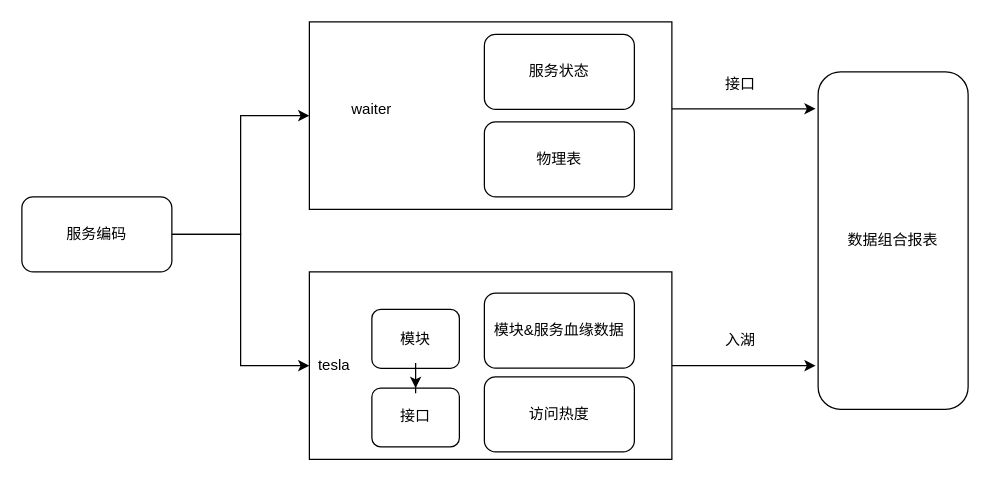
mineminemine123/work-wiki keeps this draw.io diagram as mt数据巡检.drawio. Above is the earlier version. Source tidied: cells renumbered, new cells numbered last; positions are measured from the earlier drawing's top-left corner, leaving out a move shared by most shapes. Both pictures are drawn from the tidied source at 125%, with x=0, y=0 at pixel (21, 21).
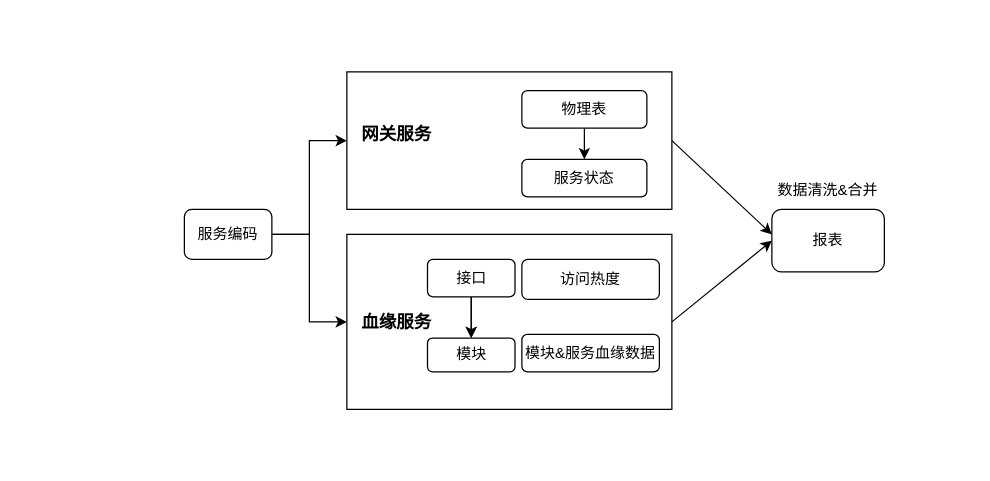
After the change.

Commit message (it also covers changes not shown here):
更新mt数据巡检.drawio

What changed in the source:
```diff
@@
-    <mxCell id="2" style="edgeStyle=orthogonalEdgeStyle;rounded=0;jettySize=auto;html=1;exitX=1;exitY=0.5;exitDx=0;exitDy=0;entryX=0;entryY=0.5;entryDx=0;entryDy=0;fontFamily=微软雅黑;" parent="1" edge="1" source="3">
-      <mxGeometry relative="1" as="geometry">
-        <mxPoint x="635" y="275" as="targetPoint" />
-      </mxGeometry>
-    </mxCell>
     <mxCell id="3" style="rounded=0;whiteSpace=wrap;html=1;fontFamily=微软雅黑;" parent="1" vertex="1">
-      <mxGeometry x="230" y="200" width="290" height="150" as="geometry" />
+      <mxGeometry x="260" y="170" width="260" height="140" as="geometry" />
     </mxCell>
     <mxCell id="4" value="模块&amp;amp;服务血缘数据" style="rounded=1;whiteSpace=wrap;html=1;fontFamily=微软雅黑;" parent="1" vertex="1">
-      <mxGeometry x="370" y="217" width="120" height="60" as="geometry" />
+      <mxGeometry x="400" y="250" width="110" height="30" as="geometry" />
     </mxCell>
-    <mxCell id="5" value="tesla" style="text;html=1;strokeColor=none;fillColor=none;align=center;verticalAlign=middle;whiteSpace=wrap;rounded=0;fontFamily=微软雅黑;" parent="1" vertex="1">
-      <mxGeometry x="230" y="265" width="40" height="20" as="geometry" />
+    <mxCell id="5" value="&lt;font style=&quot;font-size: 14px;&quot;&gt;&lt;b&gt;血缘服务&lt;/b&gt;&lt;/font&gt;" style="text;html=1;strokeColor=none;fillColor=none;align=center;verticalAlign=middle;whiteSpace=wrap;rounded=0;fontFamily=微软雅黑;" parent="1" vertex="1">
+      <mxGeometry x="270" y="230" width="60" height="20" as="geometry" />
     </mxCell>
@@
     <mxCell id="8" value="服务编码" style="rounded=1;whiteSpace=wrap;html=1;fontFamily=微软雅黑;" parent="1" vertex="1">
-      <mxGeometry y="140" width="120" height="60" as="geometry" />
+      <mxGeometry x="130" y="150" width="70" height="40" as="geometry" />
     </mxCell>
-    <mxCell id="9" value="入湖" style="text;html=1;strokeColor=none;fillColor=none;align=center;verticalAlign=middle;whiteSpace=wrap;rounded=0;fontFamily=微软雅黑;" parent="1" vertex="1">
-      <mxGeometry x="540" y="245" width="70" height="20" as="geometry" />
-    </mxCell>
     <mxCell id="10" style="rounded=0;whiteSpace=wrap;html=1;fontFamily=微软雅黑;" parent="1" vertex="1">
-      <mxGeometry x="230" width="290" height="150" as="geometry" />
+      <mxGeometry x="260" y="40" width="260" height="110" as="geometry" />
     </mxCell>
-    <mxCell id="11" value="waiter" style="text;html=1;strokeColor=none;fillColor=none;align=center;verticalAlign=middle;whiteSpace=wrap;rounded=0;fontFamily=微软雅黑;" parent="1" vertex="1">
-      <mxGeometry x="250" y="60" width="60" height="20" as="geometry" />
+    <mxCell id="11" value="&lt;b&gt;&lt;font style=&quot;font-size: 14px;&quot;&gt;网关服务&lt;/font&gt;&lt;/b&gt;" style="text;html=1;strokeColor=none;fillColor=none;align=center;verticalAlign=middle;whiteSpace=wrap;rounded=0;fontFamily=微软雅黑;" parent="1" vertex="1">
+      <mxGeometry x="270" y="80" width="60" height="20" as="geometry" />
     </mxCell>
     <mxCell id="12" value="服务状态" style="rounded=1;whiteSpace=wrap;html=1;fontFamily=微软雅黑;" parent="1" vertex="1">
-      <mxGeometry x="370" y="10" width="120" height="60" as="geometry" />
+      <mxGeometry x="400" y="110" width="100" height="30" as="geometry" />
     </mxCell>
-    <mxCell id="13" style="edgeStyle=orthogonalEdgeStyle;rounded=0;orthogonalLoop=1;jettySize=auto;html=1;exitX=1;exitY=0.5;exitDx=0;exitDy=0;entryX=0;entryY=0.5;entryDx=0;entryDy=0;fontFamily=微软雅黑;" parent="1" edge="1">
-      <mxGeometry relative="1" as="geometry">
-        <mxPoint x="520" y="69.5" as="sourcePoint" />
-        <mxPoint x="635" y="69.5" as="targetPoint" />
-      </mxGeometry>
-    </mxCell>
-    <mxCell id="14" value="接口" style="text;html=1;strokeColor=none;fillColor=none;align=center;verticalAlign=middle;whiteSpace=wrap;rounded=0;fontFamily=微软雅黑;" parent="1" vertex="1">
-      <mxGeometry x="540" y="40" width="70" height="20" as="geometry" />
-    </mxCell>
-    <mxCell id="15" value="数据组合报表" style="rounded=1;whiteSpace=wrap;html=1;fontFamily=微软雅黑;" parent="1" vertex="1">
-      <mxGeometry x="637" y="40" width="120" height="270" as="geometry" />
+    <mxCell id="15" value="报表" style="rounded=1;whiteSpace=wrap;html=1;fontFamily=微软雅黑;" parent="1" vertex="1">
+      <mxGeometry x="600" y="150" width="90" height="50" as="geometry" />
     </mxCell>
-    <mxCell id="16" value="物理表" style="rounded=1;whiteSpace=wrap;html=1;fontFamily=微软雅黑;" parent="1" vertex="1">
-      <mxGeometry x="370" y="80" width="120" height="60" as="geometry" />
-    </mxCell>
     <mxCell id="17" value="访问热度" style="rounded=1;whiteSpace=wrap;html=1;fontFamily=微软雅黑;" parent="1" vertex="1">
-      <mxGeometry x="370" y="284" width="120" height="60" as="geometry" />
+      <mxGeometry x="400" y="190" width="110" height="32" as="geometry" />
     </mxCell>
     <mxCell id="18" style="group;fontFamily=微软雅黑;" parent="1" vertex="1">
-      <mxGeometry x="280" y="230" width="70" height="110" as="geometry" />
+      <mxGeometry x="310" y="200" width="99" height="110" as="geometry" />
     </mxCell>
+    <mxCell id="22" style="edgeStyle=orthogonalEdgeStyle;rounded=0;jettySize=auto;html=1;fontFamily=微软雅黑;" parent="18" edge="1" source="19" target="20">
+      <mxGeometry relative="1" as="geometry" />
+    </mxCell>
-    <mxCell id="19" value="模块" style="rounded=1;whiteSpace=wrap;html=1;fontFamily=微软雅黑;" parent="18" vertex="1">
-      <mxGeometry width="70" height="47.1" as="geometry" />
+    <mxCell id="19" value="接口" style="rounded=1;whiteSpace=wrap;html=1;fontFamily=微软雅黑;" parent="18" vertex="1">
+      <mxGeometry x="14.5" y="-10" width="70" height="30" as="geometry" />
     </mxCell>
-    <mxCell id="20" value="接口" style="rounded=1;whiteSpace=wrap;html=1;fontFamily=微软雅黑;" parent="18" vertex="1">
-      <mxGeometry y="62.9" width="70" height="47.1" as="geometry" />
+    <mxCell id="20" value="模块" style="rounded=1;whiteSpace=wrap;html=1;fontFamily=微软雅黑;" parent="18" vertex="1">
+      <mxGeometry x="14.5" y="52.9" width="70" height="27.1" as="geometry" />
     </mxCell>
@@
+    <mxCell id="23" style="edgeStyle=orthogonalEdgeStyle;rounded=0;jettySize=auto;html=1;exitX=0.5;exitY=1;exitDx=0;exitDy=0;entryX=0.5;entryY=0;entryDx=0;entryDy=0;fontFamily=微软雅黑;" parent="1" edge="1" source="16" target="12">
+      <mxGeometry relative="1" as="geometry" />
+    </mxCell>
+    <mxCell id="16" value="物理表" style="rounded=1;whiteSpace=wrap;html=1;fontFamily=微软雅黑;" parent="1" vertex="1">
+      <mxGeometry x="400" y="55" width="100" height="30" as="geometry" />
+    </mxCell>
+    <mxCell id="24" style="endArrow=classic;html=1;rounded=0;exitX=1;exitY=0.5;exitDx=0;exitDy=0;" parent="1" edge="1" source="10">
+      <mxGeometry relative="1" as="geometry">
+        <mxPoint x="600" y="170" as="targetPoint" />
+      </mxGeometry>
+    </mxCell>
+    <mxCell id="25" style="endArrow=classic;html=1;rounded=0;exitX=1;exitY=0.5;exitDx=0;exitDy=0;entryX=0;entryY=0.5;entryDx=0;entryDy=0;" parent="1" edge="1" source="3" target="15">
+      <mxGeometry relative="1" as="geometry" />
+    </mxCell>
+    <mxCell id="26" value="数据清洗&amp;amp;合并" style="text;html=1;strokeColor=none;fillColor=none;align=center;verticalAlign=middle;whiteSpace=wrap;rounded=0;" parent="1" vertex="1">
+      <mxGeometry x="600" y="120" width="90" height="30" as="geometry" />
+    </mxCell>
```
